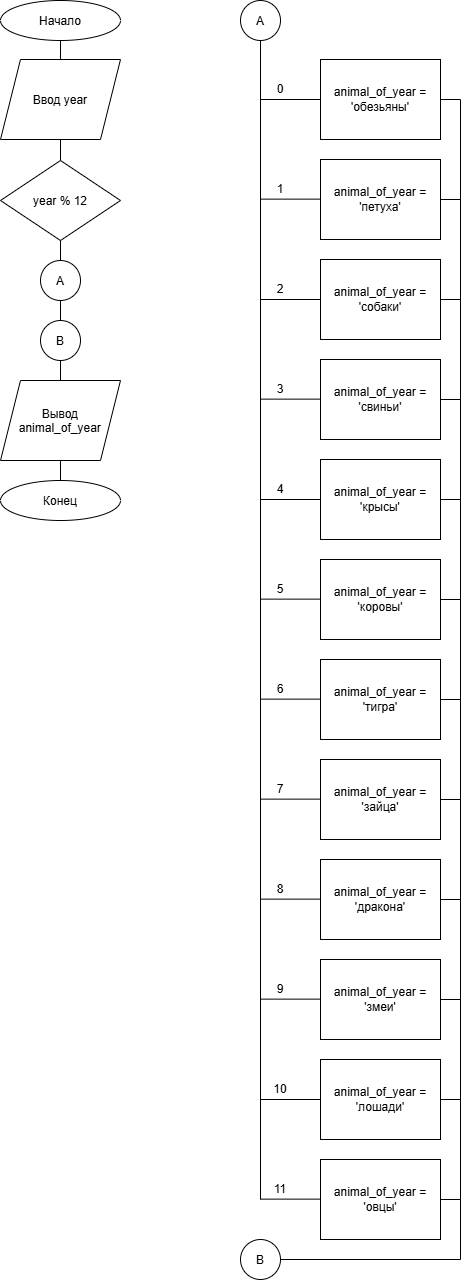
This is for_second.drawio.png from Arisu-py/Python_conditions, a draw.io export, as it was before one commit. Source tidied: cells renumbered, new cells last; positions are measured from the earlier drawing's top-left corner, leaving out a move shared by most shapes.
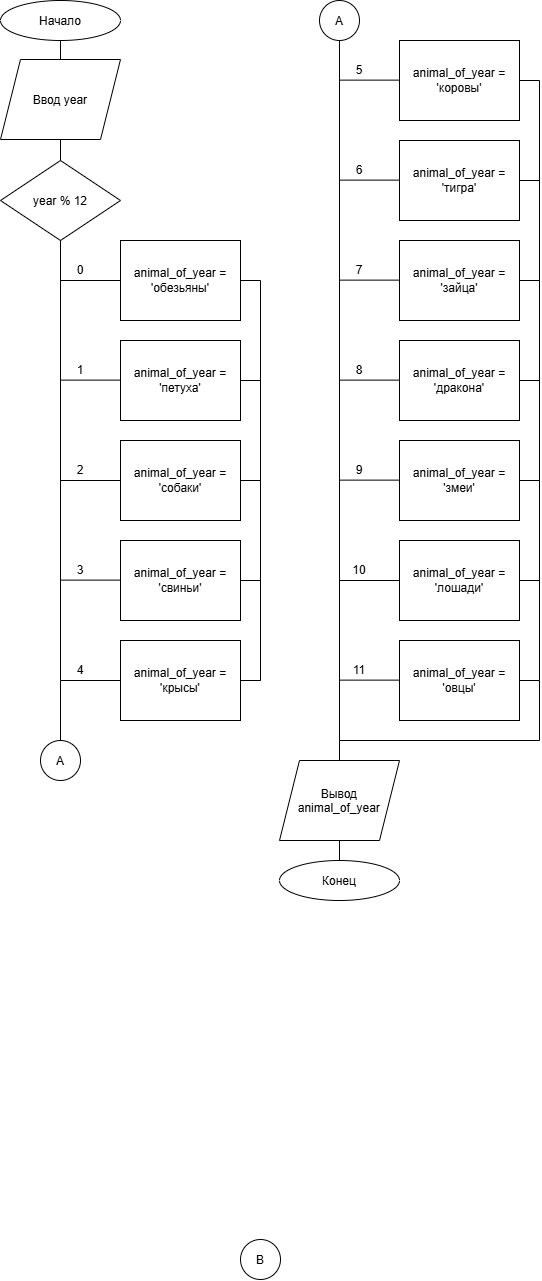
The same diagram one commit later.

Diff of the diagram source:
```diff
@@ -11,46 +11,41 @@
     <mxCell id="4" value="year % 12" style="rhombus;whiteSpace=wrap;html=1;shapeInside=1;" parent="1" vertex="1">
       <mxGeometry y="160" width="120" height="80" as="geometry" />
     </mxCell>
-    <mxCell id="5" style="endArrow=none;html=1;rounded=0;entryX=0.5;entryY=1;entryDx=0;entryDy=0;exitX=0;exitY=1;exitDx=0;exitDy=0;" parent="1" edge="1" source="54">
-      <mxGeometry relative="1" as="geometry">
-        <mxPoint x="260" y="59" as="targetPoint" />
-      </mxGeometry>
-    </mxCell>
     <mxCell id="6" value="animal_of_year = 'обезьяны'" style="rounded=0;whiteSpace=wrap;html=1;" parent="1" vertex="1">
-      <mxGeometry x="320" y="59" width="120" height="80" as="geometry" />
+      <mxGeometry x="120" y="240" width="120" height="80" as="geometry" />
     </mxCell>
     <mxCell id="7" value="animal_of_year = 'петуха'" style="rounded=0;whiteSpace=wrap;html=1;" parent="1" vertex="1">
-      <mxGeometry x="320" y="159" width="120" height="80" as="geometry" />
+      <mxGeometry x="120" y="340" width="120" height="80" as="geometry" />
     </mxCell>
     <mxCell id="8" value="animal_of_year = 'собаки'" style="rounded=0;whiteSpace=wrap;html=1;" parent="1" vertex="1">
-      <mxGeometry x="320" y="259" width="120" height="80" as="geometry" />
+      <mxGeometry x="120" y="440" width="120" height="80" as="geometry" />
     </mxCell>
     <mxCell id="9" value="animal_of_year = 'свиньи'" style="rounded=0;whiteSpace=wrap;html=1;" parent="1" vertex="1">
-      <mxGeometry x="320" y="359" width="120" height="80" as="geometry" />
+      <mxGeometry x="120" y="540" width="120" height="80" as="geometry" />
     </mxCell>
     <mxCell id="10" value="animal_of_year = 'крысы'" style="rounded=0;whiteSpace=wrap;html=1;" parent="1" vertex="1">
-      <mxGeometry x="320" y="459" width="120" height="80" as="geometry" />
+      <mxGeometry x="120" y="640" width="120" height="80" as="geometry" />
     </mxCell>
     <mxCell id="11" value="animal_of_year = 'коровы'" style="rounded=0;whiteSpace=wrap;html=1;" parent="1" vertex="1">
-      <mxGeometry x="320" y="559" width="120" height="80" as="geometry" />
+      <mxGeometry x="399" y="40" width="120" height="80" as="geometry" />
     </mxCell>
     <mxCell id="12" value="animal_of_year = 'тигра'" style="rounded=0;whiteSpace=wrap;html=1;" parent="1" vertex="1">
-      <mxGeometry x="320" y="659" width="120" height="80" as="geometry" />
+      <mxGeometry x="399" y="140" width="120" height="80" as="geometry" />
     </mxCell>
     <mxCell id="13" value="animal_of_year = 'зайца'" style="rounded=0;whiteSpace=wrap;html=1;" parent="1" vertex="1">
-      <mxGeometry x="320" y="759" width="120" height="80" as="geometry" />
+      <mxGeometry x="399" y="240" width="120" height="80" as="geometry" />
     </mxCell>
     <mxCell id="14" value="animal_of_year = 'дракона'" style="rounded=0;whiteSpace=wrap;html=1;" parent="1" vertex="1">
-      <mxGeometry x="320" y="859" width="120" height="80" as="geometry" />
+      <mxGeometry x="399" y="340" width="120" height="80" as="geometry" />
     </mxCell>
     <mxCell id="15" value="animal_of_year = 'змеи'" style="rounded=0;whiteSpace=wrap;html=1;" parent="1" vertex="1">
-      <mxGeometry x="320" y="959" width="120" height="80" as="geometry" />
+      <mxGeometry x="399" y="440" width="120" height="80" as="geometry" />
     </mxCell>
     <mxCell id="16" value="animal_of_year = 'лошади'" style="rounded=0;whiteSpace=wrap;html=1;" parent="1" vertex="1">
-      <mxGeometry x="320" y="1059" width="120" height="80" as="geometry" />
+      <mxGeometry x="399" y="540" width="120" height="80" as="geometry" />
     </mxCell>
     <mxCell id="17" value="animal_of_year = 'овцы'" style="rounded=0;whiteSpace=wrap;html=1;" parent="1" vertex="1">
-      <mxGeometry x="320" y="1159" width="120" height="80" as="geometry" />
+      <mxGeometry x="399" y="640" width="120" height="80" as="geometry" />
     </mxCell>
     <mxCell id="18" style="endArrow=none;html=1;rounded=0;entryX=0.5;entryY=1;entryDx=0;entryDy=0;exitX=0.5;exitY=0;exitDx=0;exitDy=0;" parent="1" edge="1" source="3" target="2">
       <mxGeometry relative="1" as="geometry" />
@@ -60,212 +55,217 @@
     </mxCell>
     <mxCell id="20" style="endArrow=none;html=1;rounded=0;exitX=0;exitY=0.5;exitDx=0;exitDy=0;" parent="1" edge="1" source="6">
       <mxGeometry relative="1" as="geometry">
-        <mxPoint x="260" y="99" as="targetPoint" />
+        <mxPoint x="60" y="280" as="targetPoint" />
       </mxGeometry>
     </mxCell>
     <mxCell id="21" style="endArrow=none;html=1;rounded=0;exitX=0;exitY=0.5;exitDx=0;exitDy=0;" parent="1" edge="1">
       <mxGeometry relative="1" as="geometry">
-        <mxPoint x="320" y="198.6" as="sourcePoint" />
-        <mxPoint x="260" y="198.6" as="targetPoint" />
+        <mxPoint x="120" y="379.6" as="sourcePoint" />
+        <mxPoint x="60" y="379.6" as="targetPoint" />
       </mxGeometry>
     </mxCell>
     <mxCell id="22" style="endArrow=none;html=1;rounded=0;exitX=0;exitY=0.5;exitDx=0;exitDy=0;" parent="1" edge="1">
       <mxGeometry relative="1" as="geometry">
-        <mxPoint x="320" y="299" as="sourcePoint" />
-        <mxPoint x="260" y="299" as="targetPoint" />
+        <mxPoint x="120" y="480" as="sourcePoint" />
+        <mxPoint x="60" y="480" as="targetPoint" />
       </mxGeometry>
     </mxCell>
     <mxCell id="23" style="endArrow=none;html=1;rounded=0;exitX=0;exitY=0.5;exitDx=0;exitDy=0;" parent="1" edge="1">
       <mxGeometry relative="1" as="geometry">
-        <mxPoint x="320" y="398.6" as="sourcePoint" />
-        <mxPoint x="260" y="398.6" as="targetPoint" />
+        <mxPoint x="120" y="579.6" as="sourcePoint" />
+        <mxPoint x="60" y="579.6" as="targetPoint" />
       </mxGeometry>
     </mxCell>
     <mxCell id="24" style="endArrow=none;html=1;rounded=0;exitX=0;exitY=0.5;exitDx=0;exitDy=0;" parent="1" edge="1">
       <mxGeometry relative="1" as="geometry">
-        <mxPoint x="320" y="499" as="sourcePoint" />
-        <mxPoint x="260" y="499" as="targetPoint" />
+        <mxPoint x="120" y="680" as="sourcePoint" />
+        <mxPoint x="60" y="680" as="targetPoint" />
       </mxGeometry>
     </mxCell>
     <mxCell id="25" style="endArrow=none;html=1;rounded=0;exitX=0;exitY=0.5;exitDx=0;exitDy=0;" parent="1" edge="1">
       <mxGeometry relative="1" as="geometry">
-        <mxPoint x="320" y="598.6" as="sourcePoint" />
-        <mxPoint x="260" y="598.6" as="targetPoint" />
+        <mxPoint x="399" y="79.6" as="sourcePoint" />
+        <mxPoint x="339" y="79.6" as="targetPoint" />
       </mxGeometry>
     </mxCell>
     <mxCell id="26" style="endArrow=none;html=1;rounded=0;exitX=0;exitY=0.5;exitDx=0;exitDy=0;" parent="1" edge="1">
       <mxGeometry relative="1" as="geometry">
-        <mxPoint x="320" y="698.6" as="sourcePoint" />
-        <mxPoint x="260" y="698.6" as="targetPoint" />
+        <mxPoint x="399" y="179.6" as="sourcePoint" />
+        <mxPoint x="339" y="179.6" as="targetPoint" />
       </mxGeometry>
     </mxCell>
     <mxCell id="27" style="endArrow=none;html=1;rounded=0;exitX=0;exitY=0.5;exitDx=0;exitDy=0;" parent="1" edge="1">
       <mxGeometry relative="1" as="geometry">
-        <mxPoint x="320" y="798.6" as="sourcePoint" />
-        <mxPoint x="260" y="798.6" as="targetPoint" />
+        <mxPoint x="399" y="279.6" as="sourcePoint" />
+        <mxPoint x="339" y="279.6" as="targetPoint" />
       </mxGeometry>
     </mxCell>
     <mxCell id="28" style="endArrow=none;html=1;rounded=0;exitX=0;exitY=0.5;exitDx=0;exitDy=0;" parent="1" edge="1">
       <mxGeometry relative="1" as="geometry">
-        <mxPoint x="320" y="898.6" as="sourcePoint" />
-        <mxPoint x="260" y="898.6" as="targetPoint" />
+        <mxPoint x="399" y="379.6" as="sourcePoint" />
+        <mxPoint x="339" y="379.6" as="targetPoint" />
       </mxGeometry>
     </mxCell>
     <mxCell id="29" style="endArrow=none;html=1;rounded=0;exitX=0;exitY=0.5;exitDx=0;exitDy=0;" parent="1" edge="1">
       <mxGeometry relative="1" as="geometry">
-        <mxPoint x="320" y="998.6" as="sourcePoint" />
-        <mxPoint x="260" y="998.6" as="targetPoint" />
+        <mxPoint x="399" y="479.6" as="sourcePoint" />
+        <mxPoint x="339" y="479.6" as="targetPoint" />
       </mxGeometry>
     </mxCell>
     <mxCell id="30" style="endArrow=none;html=1;rounded=0;exitX=0;exitY=0.5;exitDx=0;exitDy=0;" parent="1" edge="1">
       <mxGeometry relative="1" as="geometry">
-        <mxPoint x="320" y="1099" as="sourcePoint" />
-        <mxPoint x="260" y="1099" as="targetPoint" />
+        <mxPoint x="399" y="580" as="sourcePoint" />
+        <mxPoint x="339" y="580" as="targetPoint" />
       </mxGeometry>
     </mxCell>
     <mxCell id="31" style="endArrow=none;html=1;rounded=0;exitX=0;exitY=0.5;exitDx=0;exitDy=0;" parent="1" edge="1">
       <mxGeometry relative="1" as="geometry">
-        <mxPoint x="320" y="1198.6" as="sourcePoint" />
-        <mxPoint x="260" y="1198.6" as="targetPoint" />
+        <mxPoint x="399" y="679.6" as="sourcePoint" />
+        <mxPoint x="339" y="679.6" as="targetPoint" />
       </mxGeometry>
     </mxCell>
-    <mxCell id="32" style="endArrow=none;html=1;rounded=0;edgeStyle=orthogonalEdgeStyle;entryX=1;entryY=0.5;entryDx=0;entryDy=0;exitX=1;exitY=0.5;exitDx=0;exitDy=0;" parent="1" edge="1" source="17" target="6">
-      <mxGeometry relative="1" as="geometry">
-        <Array as="points">
-          <mxPoint x="460" y="1199" />
-          <mxPoint x="460" y="99" />
-        </Array>
-      </mxGeometry>
-    </mxCell>
     <mxCell id="33" style="endArrow=none;html=1;rounded=0;entryX=1;entryY=0.5;entryDx=0;entryDy=0;" parent="1" edge="1" target="7">
       <mxGeometry relative="1" as="geometry">
-        <mxPoint x="460" y="199" as="sourcePoint" />
+        <mxPoint x="260" y="380" as="sourcePoint" />
       </mxGeometry>
     </mxCell>
     <mxCell id="34" style="endArrow=none;html=1;rounded=0;entryX=1;entryY=0.5;entryDx=0;entryDy=0;" parent="1" edge="1" target="8">
       <mxGeometry relative="1" as="geometry">
-        <mxPoint x="460" y="299" as="sourcePoint" />
+        <mxPoint x="260" y="480" as="sourcePoint" />
       </mxGeometry>
     </mxCell>
     <mxCell id="35" style="endArrow=none;html=1;rounded=0;entryX=1;entryY=0.5;entryDx=0;entryDy=0;" parent="1" edge="1" target="9">
       <mxGeometry relative="1" as="geometry">
-        <mxPoint x="460" y="399" as="sourcePoint" />
+        <mxPoint x="260" y="580" as="sourcePoint" />
       </mxGeometry>
     </mxCell>
     <mxCell id="36" style="endArrow=none;html=1;rounded=0;entryX=1;entryY=0.5;entryDx=0;entryDy=0;" parent="1" edge="1" target="10">
       <mxGeometry relative="1" as="geometry">
-        <mxPoint x="460" y="499" as="sourcePoint" />
+        <mxPoint x="260" y="680" as="sourcePoint" />
       </mxGeometry>
     </mxCell>
     <mxCell id="37" style="endArrow=none;html=1;rounded=0;entryX=1;entryY=0.5;entryDx=0;entryDy=0;" parent="1" edge="1" target="11">
       <mxGeometry relative="1" as="geometry">
-        <mxPoint x="460" y="599" as="sourcePoint" />
+        <mxPoint x="539" y="80" as="sourcePoint" />
       </mxGeometry>
     </mxCell>
     <mxCell id="38" style="endArrow=none;html=1;rounded=0;entryX=1;entryY=0.5;entryDx=0;entryDy=0;" parent="1" edge="1" target="12">
       <mxGeometry relative="1" as="geometry">
-        <mxPoint x="460" y="699" as="sourcePoint" />
+        <mxPoint x="539" y="180" as="sourcePoint" />
       </mxGeometry>
     </mxCell>
     <mxCell id="39" style="endArrow=none;html=1;rounded=0;entryX=1;entryY=0.5;entryDx=0;entryDy=0;" parent="1" edge="1">
       <mxGeometry relative="1" as="geometry">
-        <mxPoint x="460" y="799" as="sourcePoint" />
-        <mxPoint x="440" y="799" as="targetPoint" />
+        <mxPoint x="539" y="280" as="sourcePoint" />
+        <mxPoint x="519" y="280" as="targetPoint" />
       </mxGeometry>
     </mxCell>
     <mxCell id="40" style="endArrow=none;html=1;rounded=0;entryX=1;entryY=0.5;entryDx=0;entryDy=0;" parent="1" edge="1" target="14">
       <mxGeometry relative="1" as="geometry">
-        <mxPoint x="460" y="899" as="sourcePoint" />
+        <mxPoint x="539" y="380" as="sourcePoint" />
       </mxGeometry>
     </mxCell>
     <mxCell id="41" style="endArrow=none;html=1;rounded=0;entryX=1;entryY=0.5;entryDx=0;entryDy=0;" parent="1" edge="1" target="15">
       <mxGeometry relative="1" as="geometry">
-        <mxPoint x="460" y="999" as="sourcePoint" />
+        <mxPoint x="539" y="480" as="sourcePoint" />
       </mxGeometry>
     </mxCell>
     <mxCell id="42" style="endArrow=none;html=1;rounded=0;entryX=1;entryY=0.5;entryDx=0;entryDy=0;" parent="1" edge="1" target="16">
       <mxGeometry relative="1" as="geometry">
-        <mxPoint x="460" y="1099" as="sourcePoint" />
+        <mxPoint x="539" y="580" as="sourcePoint" />
       </mxGeometry>
     </mxCell>
     <mxCell id="43" value="0" style="text;html=1;whiteSpace=wrap;strokeColor=none;fillColor=none;align=center;verticalAlign=middle;rounded=0;" parent="1" vertex="1">
-      <mxGeometry x="260" y="79" width="40" height="20" as="geometry" />
+      <mxGeometry x="60" y="260" width="40" height="20" as="geometry" />
     </mxCell>
     <mxCell id="44" value="1" style="text;html=1;whiteSpace=wrap;strokeColor=none;fillColor=none;align=center;verticalAlign=middle;rounded=0;" parent="1" vertex="1">
-      <mxGeometry x="260" y="179" width="40" height="20" as="geometry" />
+      <mxGeometry x="60" y="360" width="40" height="20" as="geometry" />
     </mxCell>
     <mxCell id="45" value="2" style="text;html=1;whiteSpace=wrap;strokeColor=none;fillColor=none;align=center;verticalAlign=middle;rounded=0;" parent="1" vertex="1">
-      <mxGeometry x="260" y="279" width="40" height="20" as="geometry" />
+      <mxGeometry x="60" y="460" width="40" height="20" as="geometry" />
     </mxCell>
     <mxCell id="46" value="3" style="text;html=1;whiteSpace=wrap;strokeColor=none;fillColor=none;align=center;verticalAlign=middle;rounded=0;" parent="1" vertex="1">
-      <mxGeometry x="260" y="379" width="40" height="20" as="geometry" />
+      <mxGeometry x="60" y="560" width="40" height="20" as="geometry" />
     </mxCell>
     <mxCell id="47" value="4" style="text;html=1;whiteSpace=wrap;strokeColor=none;fillColor=none;align=center;verticalAlign=middle;rounded=0;" parent="1" vertex="1">
-      <mxGeometry x="260" y="479" width="40" height="20" as="geometry" />
+      <mxGeometry x="60" y="660" width="40" height="20" as="geometry" />
     </mxCell>
     <mxCell id="48" value="5" style="text;html=1;whiteSpace=wrap;strokeColor=none;fillColor=none;align=center;verticalAlign=middle;rounded=0;" parent="1" vertex="1">
-      <mxGeometry x="260" y="579" width="40" height="20" as="geometry" />
+      <mxGeometry x="339" y="60" width="40" height="20" as="geometry" />
     </mxCell>
     <mxCell id="49" value="6" style="text;html=1;whiteSpace=wrap;strokeColor=none;fillColor=none;align=center;verticalAlign=middle;rounded=0;" parent="1" vertex="1">
-      <mxGeometry x="260" y="679" width="40" height="20" as="geometry" />
+      <mxGeometry x="339" y="160" width="40" height="20" as="geometry" />
     </mxCell>
     <mxCell id="50" value="7" style="text;html=1;whiteSpace=wrap;strokeColor=none;fillColor=none;align=center;verticalAlign=middle;rounded=0;" parent="1" vertex="1">
-      <mxGeometry x="260" y="779" width="40" height="20" as="geometry" />
+      <mxGeometry x="339" y="260" width="40" height="20" as="geometry" />
     </mxCell>
     <mxCell id="51" value="8" style="text;html=1;whiteSpace=wrap;strokeColor=none;fillColor=none;align=center;verticalAlign=middle;rounded=0;" parent="1" vertex="1">
-      <mxGeometry x="260" y="879" width="40" height="20" as="geometry" />
+      <mxGeometry x="339" y="360" width="40" height="20" as="geometry" />
     </mxCell>
     <mxCell id="52" value="9" style="text;html=1;whiteSpace=wrap;strokeColor=none;fillColor=none;align=center;verticalAlign=middle;rounded=0;" parent="1" vertex="1">
-      <mxGeometry x="260" y="979" width="40" height="20" as="geometry" />
+      <mxGeometry x="339" y="460" width="40" height="20" as="geometry" />
     </mxCell>
     <mxCell id="53" value="10" style="text;html=1;whiteSpace=wrap;strokeColor=none;fillColor=none;align=center;verticalAlign=middle;rounded=0;" parent="1" vertex="1">
-      <mxGeometry x="260" y="1079" width="40" height="20" as="geometry" />
+      <mxGeometry x="339" y="560" width="40" height="20" as="geometry" />
     </mxCell>
     <mxCell id="54" value="11" style="text;html=1;whiteSpace=wrap;strokeColor=none;fillColor=none;align=center;verticalAlign=middle;rounded=0;" parent="1" vertex="1">
-      <mxGeometry x="260" y="1179" width="40" height="20" as="geometry" />
+      <mxGeometry x="339" y="660" width="40" height="20" as="geometry" />
     </mxCell>
-    <mxCell id="55" value="A" style="ellipse;whiteSpace=wrap;html=1;shapeInside=1;" parent="1" vertex="1">
-      <mxGeometry x="40" y="260" width="40" height="40" as="geometry" />
-    </mxCell>
-    <mxCell id="56" style="endArrow=none;html=1;rounded=0;entryX=0.5;entryY=1;entryDx=0;entryDy=0;exitX=0.5;exitY=0;exitDx=0;exitDy=0;" parent="1" edge="1" source="55" target="4">
-      <mxGeometry relative="1" as="geometry" />
-    </mxCell>
     <mxCell id="57" value="A" style="ellipse;whiteSpace=wrap;html=1;shapeInside=1;" parent="1" vertex="1">
-      <mxGeometry x="240" width="40" height="40" as="geometry" />
+      <mxGeometry x="319" width="40" height="40" as="geometry" />
     </mxCell>
-    <mxCell id="58" style="endArrow=none;html=1;rounded=0;entryX=0.5;entryY=1;entryDx=0;entryDy=0;" parent="1" edge="1" target="57">
-      <mxGeometry relative="1" as="geometry">
-        <mxPoint x="260" y="60" as="sourcePoint" />
-      </mxGeometry>
-    </mxCell>
     <mxCell id="59" value="B" style="ellipse;whiteSpace=wrap;html=1;shapeInside=1;" parent="1" vertex="1">
       <mxGeometry x="240" y="1239" width="40" height="40" as="geometry" />
     </mxCell>
-    <mxCell id="60" style="endArrow=none;html=1;rounded=0;edgeStyle=orthogonalEdgeStyle;exitX=1;exitY=0.5;exitDx=0;exitDy=0;" parent="1" edge="1" source="59">
+    <mxCell id="60" style="endArrow=none;html=1;rounded=0;edgeStyle=orthogonalEdgeStyle;" parent="1" edge="1">
       <mxGeometry relative="1" as="geometry">
-        <mxPoint x="460" y="1199" as="targetPoint" />
+        <mxPoint x="339" y="740" as="sourcePoint" />
+        <mxPoint x="539" y="680" as="targetPoint" />
       </mxGeometry>
     </mxCell>
-    <mxCell id="61" value="B" style="ellipse;whiteSpace=wrap;html=1;shapeInside=1;" parent="1" vertex="1">
-      <mxGeometry x="40" y="320" width="40" height="40" as="geometry" />
-    </mxCell>
     <mxCell id="62" value="Вывод&lt;span style=&quot;background-color: transparent; color: light-dark(rgb(0, 0, 0), rgb(255, 255, 255));&quot;&gt;&amp;nbsp; &amp;nbsp;animal_of&lt;/span&gt;&lt;span style=&quot;background-color: transparent; color: light-dark(rgb(0, 0, 0), rgb(255, 255, 255));&quot;&gt;_year&lt;/span&gt;" style="shape=parallelogram;perimeter=parallelogramPerimeter;whiteSpace=wrap;html=1;shapeInside=1;fixedSize=1;" parent="1" vertex="1">
-      <mxGeometry y="380" width="120" height="80" as="geometry" />
+      <mxGeometry x="279" y="760" width="120" height="80" as="geometry" />
     </mxCell>
     <mxCell id="63" value="Конец" style="ellipse;whiteSpace=wrap;html=1;shapeInside=1;" parent="1" vertex="1">
-      <mxGeometry y="480" width="120" height="40" as="geometry" />
+      <mxGeometry x="279" y="860" width="120" height="40" as="geometry" />
     </mxCell>
-    <mxCell id="64" style="endArrow=none;html=1;rounded=0;entryX=0.5;entryY=1;entryDx=0;entryDy=0;exitX=0.5;exitY=0;exitDx=0;exitDy=0;" parent="1" edge="1" source="61" target="55">
-      <mxGeometry relative="1" as="geometry" />
-    </mxCell>
     <mxCell id="65" style="endArrow=none;html=1;rounded=0;entryX=0.5;entryY=1;entryDx=0;entryDy=0;exitX=0.5;exitY=0;exitDx=0;exitDy=0;" parent="1" edge="1">
       <mxGeometry relative="1" as="geometry">
-        <mxPoint x="60" y="380" as="sourcePoint" />
-        <mxPoint x="60" y="360" as="targetPoint" />
+        <mxPoint x="339" y="760" as="sourcePoint" />
+        <mxPoint x="339" y="740" as="targetPoint" />
       </mxGeometry>
     </mxCell>
     <mxCell id="66" style="endArrow=none;html=1;rounded=0;entryX=0.5;entryY=1;entryDx=0;entryDy=0;exitX=0.5;exitY=0;exitDx=0;exitDy=0;" parent="1" edge="1" source="63" target="62">
       <mxGeometry relative="1" as="geometry" />
     </mxCell>
+    <mxCell id="67" style="endArrow=none;html=1;rounded=0;entryX=0.5;entryY=1;entryDx=0;entryDy=0;exitX=0;exitY=1;exitDx=0;exitDy=0;" parent="1" edge="1" source="47" target="4">
+      <mxGeometry relative="1" as="geometry" />
+    </mxCell>
+    <mxCell id="68" style="endArrow=none;html=1;rounded=0;edgeStyle=orthogonalEdgeStyle;entryX=1;entryY=0.5;entryDx=0;entryDy=0;exitX=1;exitY=0.5;exitDx=0;exitDy=0;" parent="1" edge="1" source="10" target="6">
+      <mxGeometry relative="1" as="geometry">
+        <Array as="points">
+          <mxPoint x="260" y="680" />
+          <mxPoint x="260" y="280" />
+        </Array>
+      </mxGeometry>
+    </mxCell>
+    <mxCell id="69" style="endArrow=none;html=1;rounded=0;entryX=0;entryY=1;entryDx=0;entryDy=0;" parent="1" edge="1" target="47">
+      <mxGeometry relative="1" as="geometry">
+        <mxPoint x="60" y="740" as="sourcePoint" />
+      </mxGeometry>
+    </mxCell>
+    <mxCell id="55" value="A" style="ellipse;whiteSpace=wrap;html=1;shapeInside=1;" parent="1" vertex="1">
+      <mxGeometry x="40" y="740" width="40" height="40" as="geometry" />
+    </mxCell>
+    <mxCell id="70" style="endArrow=none;html=1;rounded=0;entryX=0.5;entryY=1;entryDx=0;entryDy=0;" parent="1" edge="1" target="57">
+      <mxGeometry relative="1" as="geometry">
+        <mxPoint x="339" y="740" as="sourcePoint" />
+      </mxGeometry>
+    </mxCell>
+    <mxCell id="71" style="endArrow=none;html=1;rounded=0;edgeStyle=orthogonalEdgeStyle;exitX=1;exitY=0.5;exitDx=0;exitDy=0;" parent="1" edge="1" source="17">
+      <mxGeometry relative="1" as="geometry">
+        <mxPoint x="539" y="80" as="targetPoint" />
+      </mxGeometry>
+    </mxCell>
   </root>
 </mxGraphModel>
```
